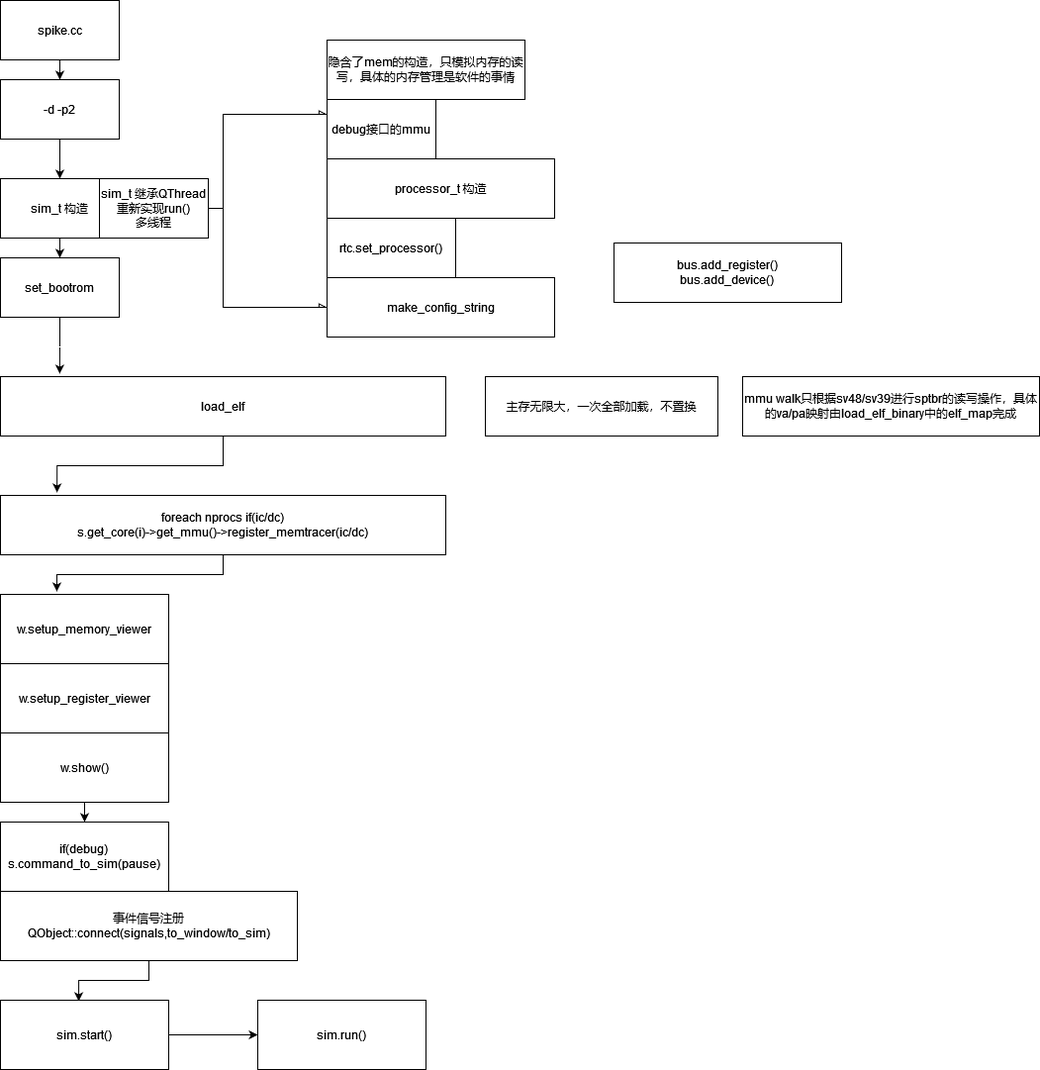
This is pic/sim-flow.drawio.png from toughpig/paper, a draw.io export, as it was before one commit. Source tidied: cells renumbered, new cells last; positions are measured from the earlier drawing's top-left corner, leaving out a move shared by most shapes. Its diagram source:
```xml
<mxGraphModel>
  <root>
    <mxCell id="0" />
    <mxCell id="1" parent="0" />
    <mxCell id="2" style="edgeStyle=orthogonalEdgeStyle;rounded=0;jettySize=auto;html=1;entryX=0.5;entryY=0;entryDx=0;entryDy=0;" parent="1" edge="1" source="3" target="7">
      <mxGeometry relative="1" as="geometry" />
    </mxCell>
    <mxCell id="3" value="spike.cc" style="rounded=0;whiteSpace=wrap;html=1;" parent="1" vertex="1">
      <mxGeometry width="120" height="60" as="geometry" />
    </mxCell>
    <mxCell id="4" style="edgeStyle=orthogonalEdgeStyle;rounded=0;jettySize=auto;html=1;entryX=0.335;entryY=-0.043;entryDx=0;entryDy=0;entryPerimeter=0;" parent="1" edge="1" source="5" target="14">
      <mxGeometry relative="1" as="geometry" />
    </mxCell>
    <mxCell id="5" value="&lt;div&gt;foreach nprocs if(ic/dc)&lt;br&gt;&lt;/div&gt;&lt;div&gt;s.get_core(i)-&amp;gt;get_mmu()-&amp;gt;register_memtracer(ic/dc)&lt;/div&gt;" style="rounded=0;whiteSpace=wrap;html=1;" parent="1" vertex="1">
      <mxGeometry y="500" width="450" height="60" as="geometry" />
    </mxCell>
    <mxCell id="6" style="edgeStyle=orthogonalEdgeStyle;rounded=0;jettySize=auto;html=1;entryX=0.5;entryY=0;entryDx=0;entryDy=0;" parent="1" edge="1" source="7" target="13">
      <mxGeometry relative="1" as="geometry" />
    </mxCell>
    <mxCell id="7" value="-d -p2" style="rounded=0;whiteSpace=wrap;html=1;" parent="1" vertex="1">
      <mxGeometry y="80" width="120" height="60" as="geometry" />
    </mxCell>
    <mxCell id="8" style="edgeStyle=orthogonalEdgeStyle;rounded=0;jettySize=auto;html=1;entryX=0.133;entryY=-0.05;entryDx=0;entryDy=0;entryPerimeter=0;" parent="1" edge="1" source="9" target="25">
      <mxGeometry relative="1" as="geometry" />
    </mxCell>
    <mxCell id="9" value="set_bootrom" style="rounded=0;whiteSpace=wrap;html=1;" parent="1" vertex="1">
      <mxGeometry y="260" width="120" height="60" as="geometry" />
    </mxCell>
    <mxCell id="10" style="edgeStyle=orthogonalEdgeStyle;rounded=0;jettySize=auto;html=1;entryX=0;entryY=0.25;entryDx=0;entryDy=0;endArrow=async;endFill=0;" parent="1" edge="1" source="13" target="26">
      <mxGeometry relative="1" as="geometry" />
    </mxCell>
    <mxCell id="11" style="edgeStyle=orthogonalEdgeStyle;rounded=0;jettySize=auto;html=1;entryX=0;entryY=0.5;entryDx=0;entryDy=0;endArrow=async;endFill=0;" parent="1" edge="1" source="13" target="29">
      <mxGeometry relative="1" as="geometry" />
    </mxCell>
    <mxCell id="12" style="edgeStyle=orthogonalEdgeStyle;rounded=0;jettySize=auto;html=1;entryX=0.5;entryY=0;entryDx=0;entryDy=0;" parent="1" edge="1" source="13" target="9">
      <mxGeometry relative="1" as="geometry" />
    </mxCell>
    <mxCell id="13" value="sim_t 构造" style="rounded=0;whiteSpace=wrap;html=1;" parent="1" vertex="1">
      <mxGeometry y="180" width="120" height="60" as="geometry" />
    </mxCell>
    <mxCell id="14" value="w.setup_memory_viewer" style="rounded=0;whiteSpace=wrap;html=1;" parent="1" vertex="1">
      <mxGeometry y="600" width="170" height="70" as="geometry" />
    </mxCell>
    <mxCell id="15" value="w.setup_register_viewer" style="rounded=0;whiteSpace=wrap;html=1;" parent="1" vertex="1">
      <mxGeometry y="670" width="170" height="70" as="geometry" />
    </mxCell>
    <mxCell id="16" style="edgeStyle=orthogonalEdgeStyle;rounded=0;jettySize=auto;html=1;entryX=0.5;entryY=0;entryDx=0;entryDy=0;endArrow=classic;endFill=1;" parent="1" edge="1" source="17" target="18">
      <mxGeometry relative="1" as="geometry" />
    </mxCell>
    <mxCell id="17" value="w.show()" style="rounded=0;whiteSpace=wrap;html=1;" parent="1" vertex="1">
      <mxGeometry y="740" width="170" height="70" as="geometry" />
    </mxCell>
    <mxCell id="18" value="&lt;div&gt;if(debug)&lt;/div&gt;&lt;div&gt;s.command_to_sim(pause)&lt;br&gt;&lt;/div&gt;" style="rounded=0;whiteSpace=wrap;html=1;" parent="1" vertex="1">
      <mxGeometry y="830" width="170" height="70" as="geometry" />
    </mxCell>
    <mxCell id="19" style="edgeStyle=orthogonalEdgeStyle;rounded=0;jettySize=auto;html=1;entryX=0.465;entryY=0.014;entryDx=0;entryDy=0;entryPerimeter=0;endArrow=classic;endFill=1;" parent="1" edge="1" source="20" target="22">
      <mxGeometry relative="1" as="geometry" />
    </mxCell>
    <mxCell id="20" value="事件信号注册QObject::connect(signals,to_window/to_sim)" style="rounded=0;whiteSpace=wrap;html=1;" parent="1" vertex="1">
      <mxGeometry y="900" width="300" height="70" as="geometry" />
    </mxCell>
    <mxCell id="21" style="edgeStyle=orthogonalEdgeStyle;rounded=0;jettySize=auto;html=1;" parent="1" edge="1" source="22">
      <mxGeometry relative="1" as="geometry">
        <mxPoint x="260" y="1045" as="targetPoint" />
      </mxGeometry>
    </mxCell>
    <mxCell id="22" value="sim.start()" style="rounded=0;whiteSpace=wrap;html=1;" parent="1" vertex="1">
      <mxGeometry y="1010" width="170" height="70" as="geometry" />
    </mxCell>
    <mxCell id="23" value="&lt;div&gt;sim_t 继承QThread&lt;/div&gt;&lt;div&gt;重新实现run()&lt;/div&gt;&lt;div&gt;多线程&lt;br&gt;&lt;/div&gt;" style="rounded=0;whiteSpace=wrap;html=1;" parent="1" vertex="1">
      <mxGeometry x="100" y="180" width="110" height="60" as="geometry" />
    </mxCell>
    <mxCell id="24" style="edgeStyle=orthogonalEdgeStyle;rounded=0;jettySize=auto;html=1;entryX=0.127;entryY=-0.05;entryDx=0;entryDy=0;entryPerimeter=0;" parent="1" edge="1" source="25" target="5">
      <mxGeometry relative="1" as="geometry" />
    </mxCell>
    <mxCell id="25" value="load_elf" style="rounded=0;whiteSpace=wrap;html=1;" parent="1" vertex="1">
      <mxGeometry y="380" width="450" height="60" as="geometry" />
    </mxCell>
    <mxCell id="26" value="debug接口的mmu" style="rounded=0;whiteSpace=wrap;html=1;" parent="1" vertex="1">
      <mxGeometry x="330" y="100" width="110" height="60" as="geometry" />
    </mxCell>
    <mxCell id="27" value="processor_t 构造" style="rounded=0;whiteSpace=wrap;html=1;" parent="1" vertex="1">
      <mxGeometry x="330" y="160" width="230" height="60" as="geometry" />
    </mxCell>
    <mxCell id="28" value="rtc.set_processor()" style="rounded=0;whiteSpace=wrap;html=1;" parent="1" vertex="1">
      <mxGeometry x="330" y="220" width="130" height="60" as="geometry" />
    </mxCell>
    <mxCell id="29" value="make_config_string" style="rounded=0;whiteSpace=wrap;html=1;" parent="1" vertex="1">
      <mxGeometry x="330" y="280" width="230" height="60" as="geometry" />
    </mxCell>
    <mxCell id="30" value="sim.run()" style="rounded=0;whiteSpace=wrap;html=1;" parent="1" vertex="1">
      <mxGeometry x="260" y="1010" width="170" height="70" as="geometry" />
    </mxCell>
    <mxCell id="31" value="&lt;div&gt;bus.add_register()&lt;/div&gt;&lt;div&gt;bus.add_device()&lt;br&gt;&lt;/div&gt;" style="rounded=0;whiteSpace=wrap;html=1;" parent="1" vertex="1">
      <mxGeometry x="620" y="245" width="230" height="60" as="geometry" />
    </mxCell>
    <mxCell id="32" value="主存无限大，一次全部加载，不置换" style="rounded=0;whiteSpace=wrap;html=1;" parent="1" vertex="1">
      <mxGeometry x="490" y="380" width="235" height="60" as="geometry" />
    </mxCell>
    <mxCell id="33" value="mmu walk只根据sv48/sv39进行sptbr的读写操作，具体的va/pa映射由load_elf_binary中的elf_map完成" style="rounded=0;whiteSpace=wrap;html=1;" parent="1" vertex="1">
      <mxGeometry x="750" y="380" width="300" height="60" as="geometry" />
    </mxCell>
    <mxCell id="34" value="隐含了mem的构造，只模拟内存的读写，具体的内存管理是软件的事情" style="rounded=0;whiteSpace=wrap;html=1;" parent="1" vertex="1">
      <mxGeometry x="330" y="40" width="200" height="60" as="geometry" />
    </mxCell>
  </root>
</mxGraphModel>
```
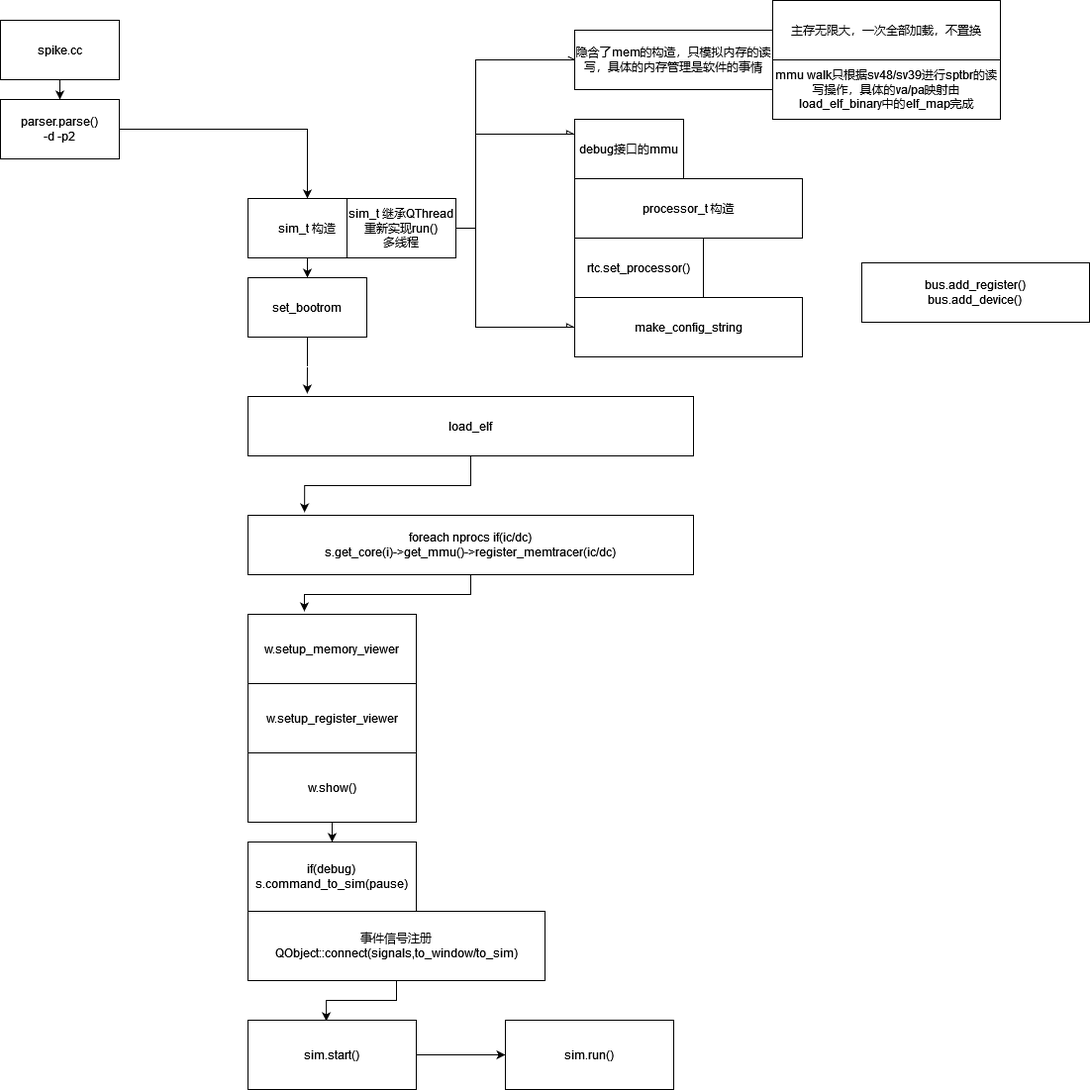
Later version of the same file.

Change to the diagram source:
```diff
@@ -6,7 +6,7 @@
       <mxGeometry relative="1" as="geometry" />
     </mxCell>
     <mxCell id="3" value="spike.cc" style="rounded=0;whiteSpace=wrap;html=1;" parent="1" vertex="1">
-      <mxGeometry width="120" height="60" as="geometry" />
+      <mxGeometry x="-250" width="120" height="60" as="geometry" />
     </mxCell>
     <mxCell id="4" style="edgeStyle=orthogonalEdgeStyle;rounded=0;jettySize=auto;html=1;entryX=0.335;entryY=-0.043;entryDx=0;entryDy=0;entryPerimeter=0;" parent="1" edge="1" source="5" target="14">
       <mxGeometry relative="1" as="geometry" />
@@ -17,8 +17,8 @@
     <mxCell id="6" style="edgeStyle=orthogonalEdgeStyle;rounded=0;jettySize=auto;html=1;entryX=0.5;entryY=0;entryDx=0;entryDy=0;" parent="1" edge="1" source="7" target="13">
       <mxGeometry relative="1" as="geometry" />
     </mxCell>
-    <mxCell id="7" value="-d -p2" style="rounded=0;whiteSpace=wrap;html=1;" parent="1" vertex="1">
-      <mxGeometry y="80" width="120" height="60" as="geometry" />
+    <mxCell id="7" value="&lt;div&gt;parser.parse()&lt;/div&gt;&lt;div&gt;-d -p2&lt;/div&gt;" style="rounded=0;whiteSpace=wrap;html=1;" parent="1" vertex="1">
+      <mxGeometry x="-250" y="80" width="120" height="60" as="geometry" />
     </mxCell>
     <mxCell id="8" style="edgeStyle=orthogonalEdgeStyle;rounded=0;jettySize=auto;html=1;entryX=0.133;entryY=-0.05;entryDx=0;entryDy=0;entryPerimeter=0;" parent="1" edge="1" source="9" target="25">
       <mxGeometry relative="1" as="geometry" />
@@ -27,10 +27,20 @@
       <mxGeometry y="260" width="120" height="60" as="geometry" />
     </mxCell>
     <mxCell id="10" style="edgeStyle=orthogonalEdgeStyle;rounded=0;jettySize=auto;html=1;entryX=0;entryY=0.25;entryDx=0;entryDy=0;endArrow=async;endFill=0;" parent="1" edge="1" source="13" target="26">
-      <mxGeometry relative="1" as="geometry" />
+      <mxGeometry relative="1" as="geometry">
+        <Array as="points">
+          <mxPoint x="230" y="210" />
+          <mxPoint x="230" y="115" />
+        </Array>
+      </mxGeometry>
     </mxCell>
     <mxCell id="11" style="edgeStyle=orthogonalEdgeStyle;rounded=0;jettySize=auto;html=1;entryX=0;entryY=0.5;entryDx=0;entryDy=0;endArrow=async;endFill=0;" parent="1" edge="1" source="13" target="29">
-      <mxGeometry relative="1" as="geometry" />
+      <mxGeometry relative="1" as="geometry">
+        <Array as="points">
+          <mxPoint x="230" y="210" />
+          <mxPoint x="230" y="310" />
+        </Array>
+      </mxGeometry>
     </mxCell>
     <mxCell id="12" style="edgeStyle=orthogonalEdgeStyle;rounded=0;jettySize=auto;html=1;entryX=0.5;entryY=0;entryDx=0;entryDy=0;" parent="1" edge="1" source="13" target="9">
       <mxGeometry relative="1" as="geometry" />
@@ -67,6 +77,14 @@
     <mxCell id="22" value="sim.start()" style="rounded=0;whiteSpace=wrap;html=1;" parent="1" vertex="1">
       <mxGeometry y="1010" width="170" height="70" as="geometry" />
     </mxCell>
+    <mxCell id="35" style="edgeStyle=orthogonalEdgeStyle;rounded=0;jettySize=auto;html=1;entryX=0;entryY=0.5;entryDx=0;entryDy=0;endArrow=openAsync;endFill=0;" parent="1" edge="1" source="23" target="34">
+      <mxGeometry relative="1" as="geometry">
+        <Array as="points">
+          <mxPoint x="230" y="210" />
+          <mxPoint x="230" y="40" />
+        </Array>
+      </mxGeometry>
+    </mxCell>
     <mxCell id="23" value="&lt;div&gt;sim_t 继承QThread&lt;/div&gt;&lt;div&gt;重新实现run()&lt;/div&gt;&lt;div&gt;多线程&lt;br&gt;&lt;/div&gt;" style="rounded=0;whiteSpace=wrap;html=1;" parent="1" vertex="1">
       <mxGeometry x="100" y="180" width="110" height="60" as="geometry" />
     </mxCell>
@@ -95,13 +113,13 @@
       <mxGeometry x="620" y="245" width="230" height="60" as="geometry" />
     </mxCell>
     <mxCell id="32" value="主存无限大，一次全部加载，不置换" style="rounded=0;whiteSpace=wrap;html=1;" parent="1" vertex="1">
-      <mxGeometry x="490" y="380" width="235" height="60" as="geometry" />
+      <mxGeometry x="530" y="-20" width="230" height="60" as="geometry" />
     </mxCell>
     <mxCell id="33" value="mmu walk只根据sv48/sv39进行sptbr的读写操作，具体的va/pa映射由load_elf_binary中的elf_map完成" style="rounded=0;whiteSpace=wrap;html=1;" parent="1" vertex="1">
-      <mxGeometry x="750" y="380" width="300" height="60" as="geometry" />
+      <mxGeometry x="530" y="40" width="230" height="60" as="geometry" />
     </mxCell>
     <mxCell id="34" value="隐含了mem的构造，只模拟内存的读写，具体的内存管理是软件的事情" style="rounded=0;whiteSpace=wrap;html=1;" parent="1" vertex="1">
-      <mxGeometry x="330" y="40" width="200" height="60" as="geometry" />
+      <mxGeometry x="330" y="10" width="200" height="60" as="geometry" />
     </mxCell>
   </root>
 </mxGraphModel>
```
